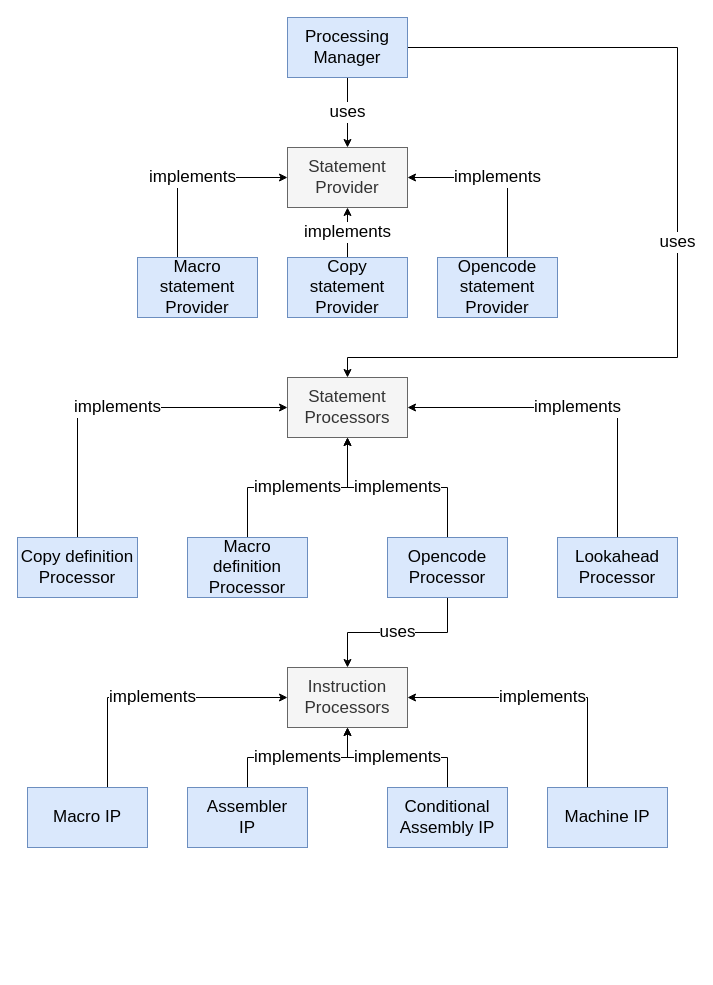
The draw.io diagram documentation/img/processing_manager_arch.drawio in michalbali256/HlasmPlugin-docs, before the edit. Source tidied: cells renumbered, new cells numbered last; positions are measured from the earlier drawing's top-left corner, leaving out a move shared by most shapes. Both pictures are drawn from the tidied source at 100%, with x=0, y=0 at pixel (17, 17).
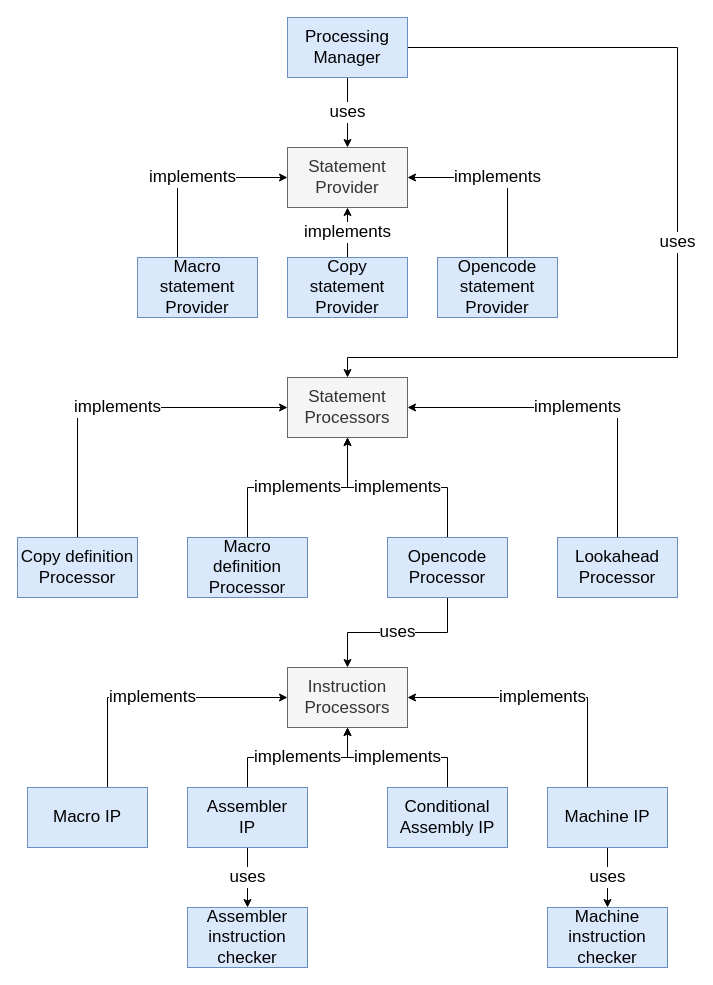
The same page after the edit.

Commit message (it also covers changes not shown here):
processing manager basics

Unchanged cells that the change refers to:
```xml
<mxCell id="24" value="Machine IP" style="rounded=0;whiteSpace=wrap;html=1;fontSize=17;fillColor=#dae8fc;strokeColor=#6c8ebf;" parent="1" vertex="1">
  <mxGeometry x="530" y="770" width="120" height="60" as="geometry" />
</mxCell>
<mxCell id="26" value="Assembler &lt;br&gt;IP" style="rounded=0;whiteSpace=wrap;html=1;fontSize=17;fillColor=#dae8fc;strokeColor=#6c8ebf;" parent="1" vertex="1">
  <mxGeometry x="170" y="770" width="120" height="60" as="geometry" />
</mxCell>
```

Diff of the diagram source:
```diff
@@
+    <mxCell id="31" value="uses" style="edgeStyle=orthogonalEdgeStyle;rounded=0;jettySize=auto;html=1;fontSize=17;" parent="1" edge="1" source="24" target="32">
+      <mxGeometry relative="1" as="geometry" />
+    </mxCell>
@@
+    <mxCell id="32" value="Machine instruction checker" style="rounded=0;whiteSpace=wrap;html=1;fontSize=17;fillColor=#dae8fc;strokeColor=#6c8ebf;" parent="1" vertex="1">
+      <mxGeometry x="530" y="890" width="120" height="60" as="geometry" />
+    </mxCell>
@@
+    <mxCell id="33" value="uses" style="edgeStyle=orthogonalEdgeStyle;rounded=0;jettySize=auto;html=1;fontSize=17;" parent="1" edge="1" source="26" target="34">
+      <mxGeometry relative="1" as="geometry" />
+    </mxCell>
@@
+    <mxCell id="34" value="Assembler instruction checker" style="rounded=0;whiteSpace=wrap;html=1;fontSize=17;fillColor=#dae8fc;strokeColor=#6c8ebf;" parent="1" vertex="1">
+      <mxGeometry x="170" y="890" width="120" height="60" as="geometry" />
+    </mxCell>
```
